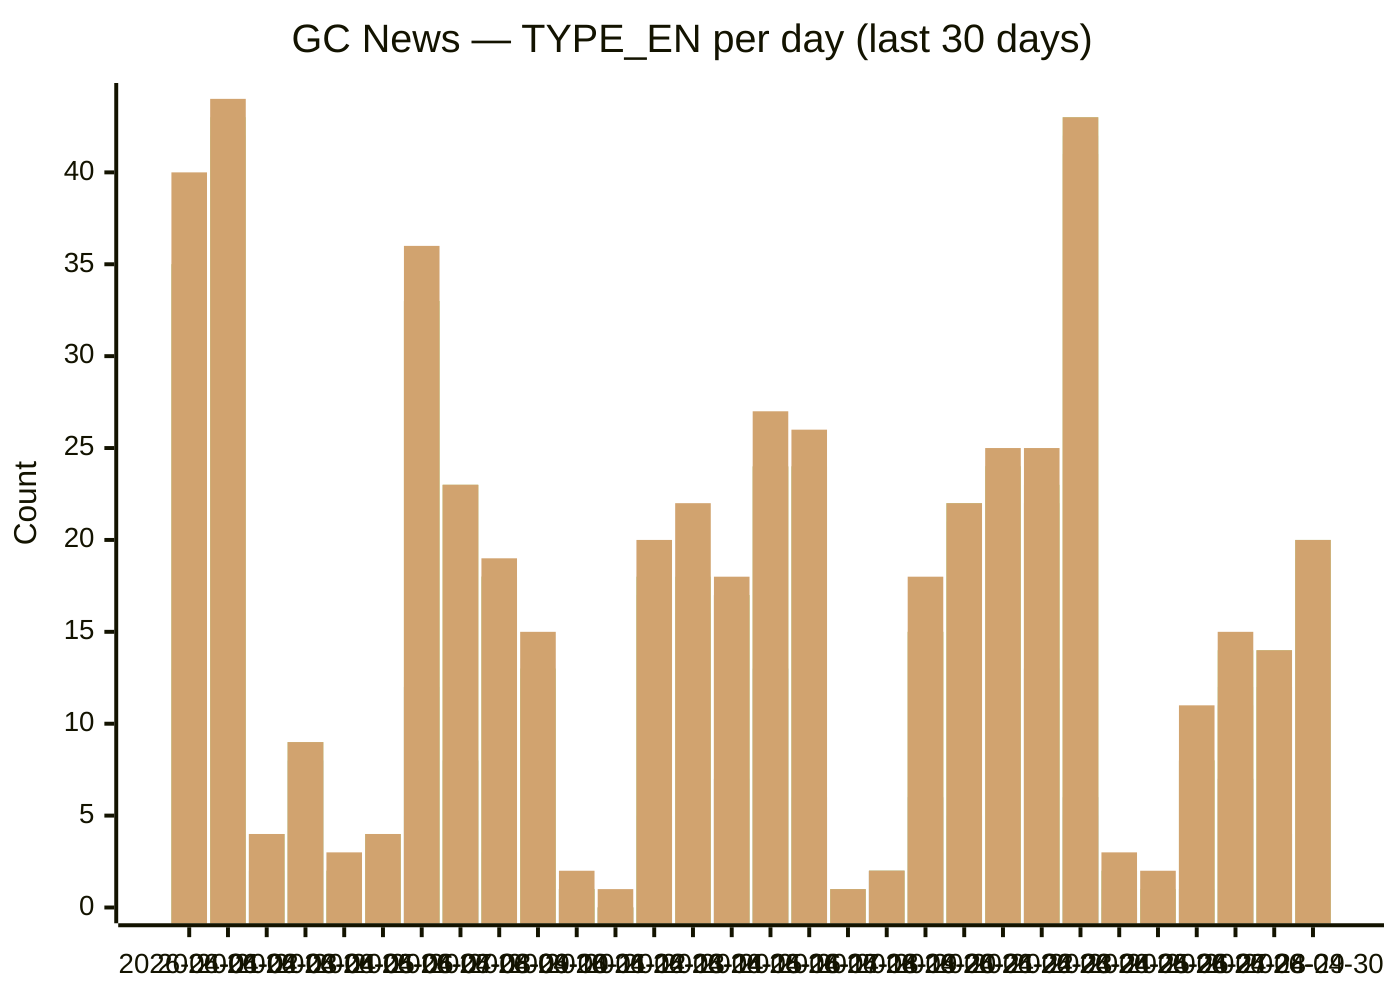
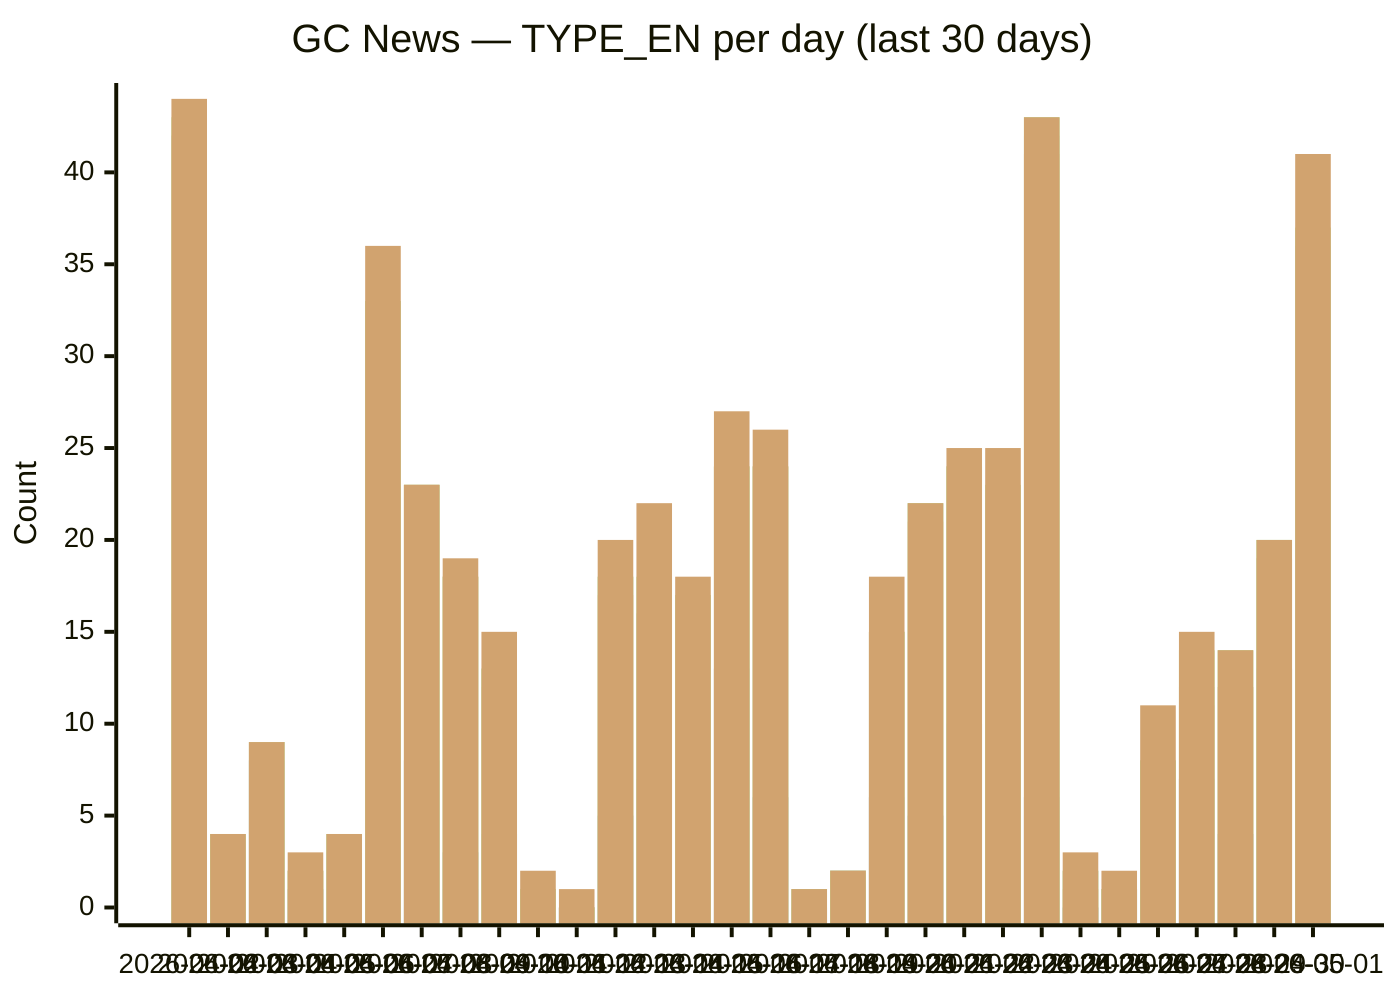
xychart-beta
  title "GC News — TYPE_EN per day (last 30 days)"
-   x-axis [2026-04-01, 2026-04-02, 2026-04-03, 2026-04-04, 2026-04-05, 2026-04-06, 2026-04-07, 2026-04-08, 2026-04-09, 2026-04-10, 2026-04-11, 2026-04-12, 2026-04-13, 2026-04-14, 2026-04-15, 2026-04-16, 2026-04-17, 2026-04-18, 2026-04-19, 2026-04-20, 2026-04-21, 2026-04-22, 2026-04-23, 2026-04-24, 2026-04-25, 2026-04-26, 2026-04-27, 2026-04-28, 2026-04-29, 2026-04-30]
+   x-axis [2026-04-02, 2026-04-03, 2026-04-04, 2026-04-05, 2026-04-06, 2026-04-07, 2026-04-08, 2026-04-09, 2026-04-10, 2026-04-11, 2026-04-12, 2026-04-13, 2026-04-14, 2026-04-15, 2026-04-16, 2026-04-17, 2026-04-18, 2026-04-19, 2026-04-20, 2026-04-21, 2026-04-22, 2026-04-23, 2026-04-24, 2026-04-25, 2026-04-26, 2026-04-27, 2026-04-28, 2026-04-29, 2026-04-30, 2026-05-01]
  y-axis "Count" 0 --> 44
-   bar backgrounders [1, 5, 1, 0, 0, 0, 5, 1, 1, 0, 0, 0, 3, 2, 1, 0, 3, 0, 0, 3, 1, 2, 1, 5, 0, 0, 1, 1, 0, 1]
-   bar "media advisories" [13, 16, 2, 8, 1, 3, 12, 8, 3, 4, 1, 0, 5, 7, 7, 13, 6, 0, 2, 6, 5, 10, 13, 6, 0, 1, 1, 7, 4, 13]
-   bar "news releases" [35, 42, 4, 9, 2, 4, 33, 23, 18, 12, 1, 0, 17, 16, 17, 24, 24, 1, 2, 15, 21, 24, 22, 41, 1, 1, 8, 11, 12, 19]
-   bar readouts [35, 42, 4, 9, 2, 4, 33, 23, 18, 13, 1, 0, 18, 16, 17, 24, 24, 1, 2, 15, 22, 24, 22, 42, 2, 1, 8, 12, 12, 19]
-   bar speeches [35, 43, 4, 9, 2, 4, 33, 23, 18, 13, 1, 0, 18, 18, 17, 24, 24, 1, 2, 15, 22, 24, 23, 43, 2, 1, 8, 14, 14, 20]
-   bar statements [40, 44, 4, 9, 3, 4, 36, 23, 19, 15, 2, 1, 20, 22, 18, 27, 26, 1, 2, 18, 22, 25, 25, 43, 3, 2, 11, 15, 14, 20]
+   bar backgrounders [5, 1, 0, 0, 0, 5, 1, 1, 0, 0, 0, 3, 2, 1, 0, 3, 0, 0, 3, 1, 2, 1, 5, 0, 0, 1, 1, 0, 1, 1]
+   bar "media advisories" [16, 2, 8, 1, 3, 12, 8, 3, 4, 1, 0, 5, 7, 7, 13, 6, 0, 2, 6, 5, 10, 13, 6, 0, 1, 1, 7, 4, 13, 16]
+   bar "news releases" [42, 4, 9, 2, 4, 33, 23, 18, 12, 1, 0, 17, 16, 17, 24, 24, 1, 2, 15, 21, 24, 22, 41, 1, 1, 8, 11, 12, 19, 36]
+   bar readouts [42, 4, 9, 2, 4, 33, 23, 18, 13, 1, 0, 18, 16, 17, 24, 24, 1, 2, 15, 22, 24, 22, 42, 2, 1, 8, 12, 12, 19, 36]
+   bar speeches [43, 4, 9, 2, 4, 33, 23, 18, 13, 1, 0, 18, 18, 17, 24, 24, 1, 2, 15, 22, 24, 23, 43, 2, 1, 8, 14, 14, 20, 37]
+   bar statements [44, 4, 9, 3, 4, 36, 23, 19, 15, 2, 1, 20, 22, 18, 27, 26, 1, 2, 18, 22, 25, 25, 43, 3, 2, 11, 15, 14, 20, 41]
